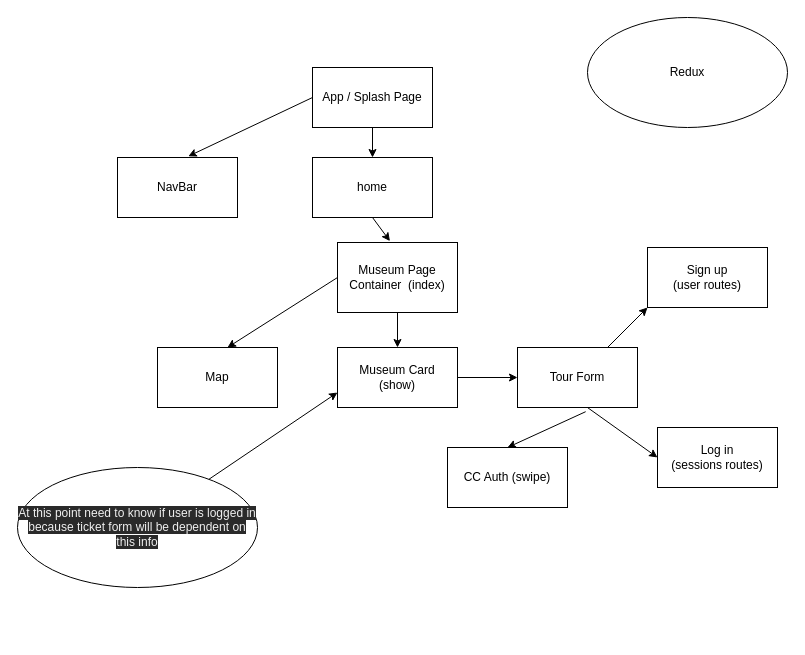
Before: client/hierarchy.drawio in Eccatoe/museum-mapper, a draw.io diagram. Source tidied: cells renumbered, new cells numbered last; positions are measured from the earlier drawing's top-left corner, leaving out a move shared by most shapes. Both pictures are drawn from the tidied source at 100%, with x=0, y=0 at pixel (17, 17).
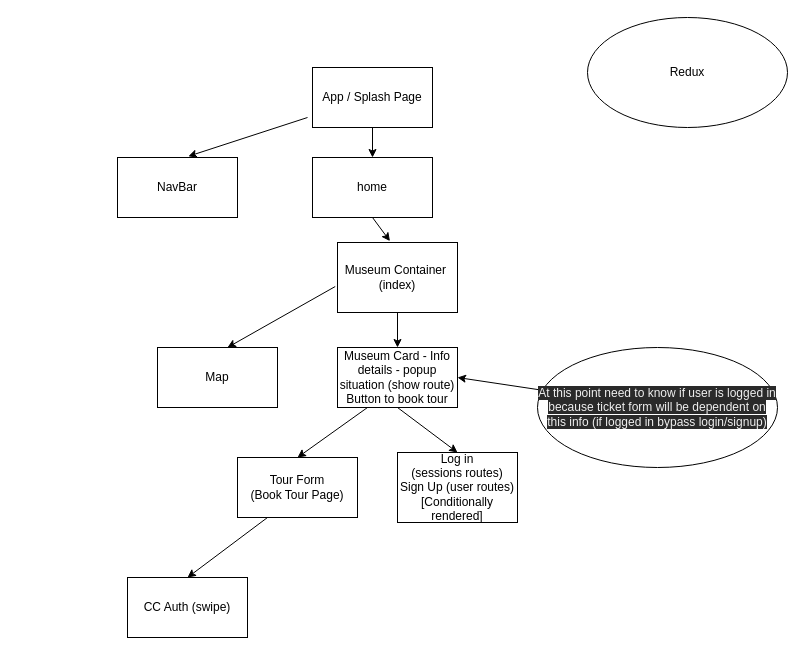
The same diagram, later.

The change refers to these unchanged cells:
```xml
<mxCell id="4" value="App / Splash Page" style="rounded=0;whiteSpace=wrap;html=1;" parent="1" vertex="1">
  <mxGeometry x="295" y="50" width="120" height="60" as="geometry" />
</mxCell>
<mxCell id="8" value="NavBar&lt;br&gt;" style="rounded=0;whiteSpace=wrap;html=1;" parent="1" vertex="1">
  <mxGeometry x="100" y="140" width="120" height="60" as="geometry" />
</mxCell>
<mxCell id="15" value="Map" style="rounded=0;whiteSpace=wrap;html=1;" parent="1" vertex="1">
  <mxGeometry x="140" y="330" width="120" height="60" as="geometry" />
</mxCell>
```

What changed in the source:
```diff
@@
-    <mxCell id="3" style="edgeStyle=none;html=1;exitX=0;exitY=0.5;exitDx=0;exitDy=0;entryX=0.59;entryY=-0.02;entryDx=0;entryDy=0;entryPerimeter=0;" parent="1" edge="1" source="4" target="8">
-      <mxGeometry relative="1" as="geometry" />
+    <mxCell id="3" style="edgeStyle=none;html=1;entryX=0.59;entryY=-0.02;entryDx=0;entryDy=0;entryPerimeter=0;" parent="1" edge="1" target="8">
+      <mxGeometry relative="1" as="geometry">
+        <mxPoint x="290" y="100" as="sourcePoint" />
+      </mxGeometry>
     </mxCell>
@@
-    <mxCell id="5" style="edgeStyle=none;html=1;entryX=0.583;entryY=0;entryDx=0;entryDy=0;entryPerimeter=0;exitX=0;exitY=0.5;exitDx=0;exitDy=0;" parent="1" edge="1" source="17" target="15">
+    <mxCell id="5" style="edgeStyle=none;html=1;entryX=0.583;entryY=0;entryDx=0;entryDy=0;entryPerimeter=0;exitX=-0.019;exitY=0.629;exitDx=0;exitDy=0;exitPerimeter=0;" parent="1" edge="1" source="17" target="15">
       <mxGeometry relative="1" as="geometry" />
     </mxCell>
@@
-    <mxCell id="9" style="edgeStyle=none;html=1;entryX=0;entryY=1;entryDx=0;entryDy=0;" parent="1" edge="1" source="11" target="12">
-      <mxGeometry relative="1" as="geometry" />
-    </mxCell>
-    <mxCell id="10" style="edgeStyle=none;html=1;exitX=0.583;exitY=1;exitDx=0;exitDy=0;entryX=0;entryY=0.5;entryDx=0;entryDy=0;exitPerimeter=0;" parent="1" edge="1" source="11" target="14">
-      <mxGeometry relative="1" as="geometry" />
-    </mxCell>
+    <mxCell id="13" style="edgeStyle=none;html=1;exitX=0.25;exitY=1;exitDx=0;exitDy=0;entryX=0.5;entryY=0;entryDx=0;entryDy=0;" parent="1" edge="1" source="11" target="20">
+      <mxGeometry relative="1" as="geometry" />
+    </mxCell>
-    <mxCell id="11" value="Tour Form" style="rounded=0;whiteSpace=wrap;html=1;" parent="1" vertex="1">
-      <mxGeometry x="500" y="330" width="120" height="60" as="geometry" />
+    <mxCell id="11" value="Tour Form&lt;br&gt;(Book Tour Page)" style="rounded=0;whiteSpace=wrap;html=1;" parent="1" vertex="1">
+      <mxGeometry x="220" y="440" width="120" height="60" as="geometry" />
     </mxCell>
-    <mxCell id="12" value="Sign up&lt;br&gt;(user routes)" style="rounded=0;whiteSpace=wrap;html=1;" parent="1" vertex="1">
-      <mxGeometry x="630" y="230" width="120" height="60" as="geometry" />
-    </mxCell>
-    <mxCell id="13" style="edgeStyle=none;html=1;exitX=0.568;exitY=1.07;exitDx=0;exitDy=0;entryX=0.5;entryY=0;entryDx=0;entryDy=0;exitPerimeter=0;" parent="1" edge="1" source="11" target="20">
-      <mxGeometry relative="1" as="geometry" />
-    </mxCell>
-    <mxCell id="14" value="Log in&lt;br&gt;(sessions routes)" style="rounded=0;whiteSpace=wrap;html=1;" parent="1" vertex="1">
-      <mxGeometry x="640" y="410" width="120" height="60" as="geometry" />
+    <mxCell id="14" value="Log in&lt;br&gt;(sessions routes)&lt;br&gt;Sign Up (user routes)&lt;br&gt;[Conditionally rendered]" style="rounded=0;whiteSpace=wrap;html=1;" parent="1" vertex="1">
+      <mxGeometry x="380" y="435" width="120" height="70" as="geometry" />
     </mxCell>
@@
-    <mxCell id="17" value="Museum Page Container&amp;nbsp; (index)" style="rounded=0;whiteSpace=wrap;html=1;" parent="1" vertex="1">
+    <mxCell id="17" value="Museum Container&amp;nbsp; (index)" style="rounded=0;whiteSpace=wrap;html=1;" parent="1" vertex="1">
       <mxGeometry x="320" y="225" width="120" height="70" as="geometry" />
     </mxCell>
-    <mxCell id="18" style="edgeStyle=none;html=1;entryX=0;entryY=0.5;entryDx=0;entryDy=0;" parent="1" edge="1" source="19" target="11">
+    <mxCell id="18" style="edgeStyle=none;html=1;exitX=0.25;exitY=1;exitDx=0;exitDy=0;entryX=0.5;entryY=0;entryDx=0;entryDy=0;" parent="1" edge="1" source="19" target="11">
       <mxGeometry relative="1" as="geometry" />
     </mxCell>
+    <mxCell id="24" style="edgeStyle=none;html=1;exitX=0.5;exitY=1;exitDx=0;exitDy=0;entryX=0.5;entryY=0;entryDx=0;entryDy=0;" parent="1" edge="1" source="19" target="14">
+      <mxGeometry relative="1" as="geometry" />
+    </mxCell>
-    <mxCell id="19" value="Museum Card&lt;br&gt;(show)" style="rounded=0;whiteSpace=wrap;html=1;" parent="1" vertex="1">
+    <mxCell id="19" value="Museum Card - Info details - popup situation (show route)&lt;br&gt;Button to book tour" style="rounded=0;whiteSpace=wrap;html=1;" parent="1" vertex="1">
       <mxGeometry x="320" y="330" width="120" height="60" as="geometry" />
     </mxCell>
     <mxCell id="20" value="CC Auth (swipe)" style="rounded=0;whiteSpace=wrap;html=1;" parent="1" vertex="1">
-      <mxGeometry x="430" y="430" width="120" height="60" as="geometry" />
+      <mxGeometry x="110" y="560" width="120" height="60" as="geometry" />
     </mxCell>
@@
-    <mxCell id="22" style="edgeStyle=none;html=1;entryX=0;entryY=0.75;entryDx=0;entryDy=0;" parent="1" edge="1" source="23" target="19">
+    <mxCell id="22" style="edgeStyle=none;html=1;entryX=1;entryY=0.5;entryDx=0;entryDy=0;" parent="1" edge="1" source="23" target="19">
       <mxGeometry relative="1" as="geometry" />
     </mxCell>
-    <mxCell id="23" value="&lt;span style=&quot;color: rgb(240, 240, 240); font-family: helvetica; font-size: 12px; font-style: normal; font-weight: 400; letter-spacing: normal; text-align: center; text-indent: 0px; text-transform: none; word-spacing: 0px; background-color: rgb(42, 42, 42); display: inline; float: none;&quot;&gt;At this point need to know if user is logged in because ticket form will be dependent on this info&lt;/span&gt;" style="ellipse;whiteSpace=wrap;html=1;" parent="1" vertex="1">
-      <mxGeometry y="450" width="240" height="120" as="geometry" />
+    <mxCell id="23" value="&lt;span style=&quot;color: rgb(240 , 240 , 240) ; font-family: &amp;#34;helvetica&amp;#34; ; font-size: 12px ; font-style: normal ; font-weight: 400 ; letter-spacing: normal ; text-align: center ; text-indent: 0px ; text-transform: none ; word-spacing: 0px ; background-color: rgb(42 , 42 , 42) ; display: inline ; float: none&quot;&gt;At this point need to know if user is logged in because ticket form will be dependent on this info (if logged in bypass login/signup)&lt;/span&gt;" style="ellipse;whiteSpace=wrap;html=1;" parent="1" vertex="1">
+      <mxGeometry x="520" y="330" width="240" height="120" as="geometry" />
     </mxCell>
```
